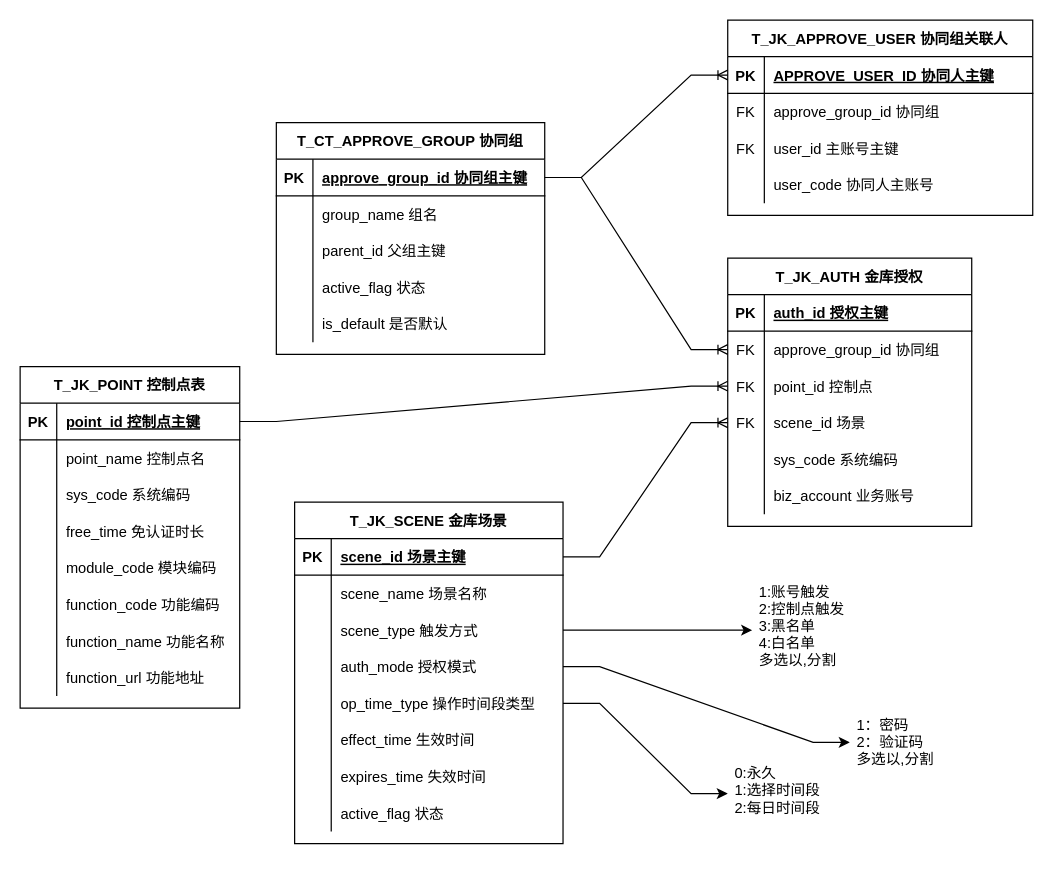
Before: page "金库表结构" (2 of 2) of 二期db设计.drawio in 158698706/qhdx, a draw.io diagram. Source tidied: cells renumbered, new cells numbered last; positions are measured from the earlier drawing's top-left corner, leaving out a move shared by most shapes. Both pictures are drawn from the tidied source at 122%, with x=0, y=0 at pixel (20, 20).
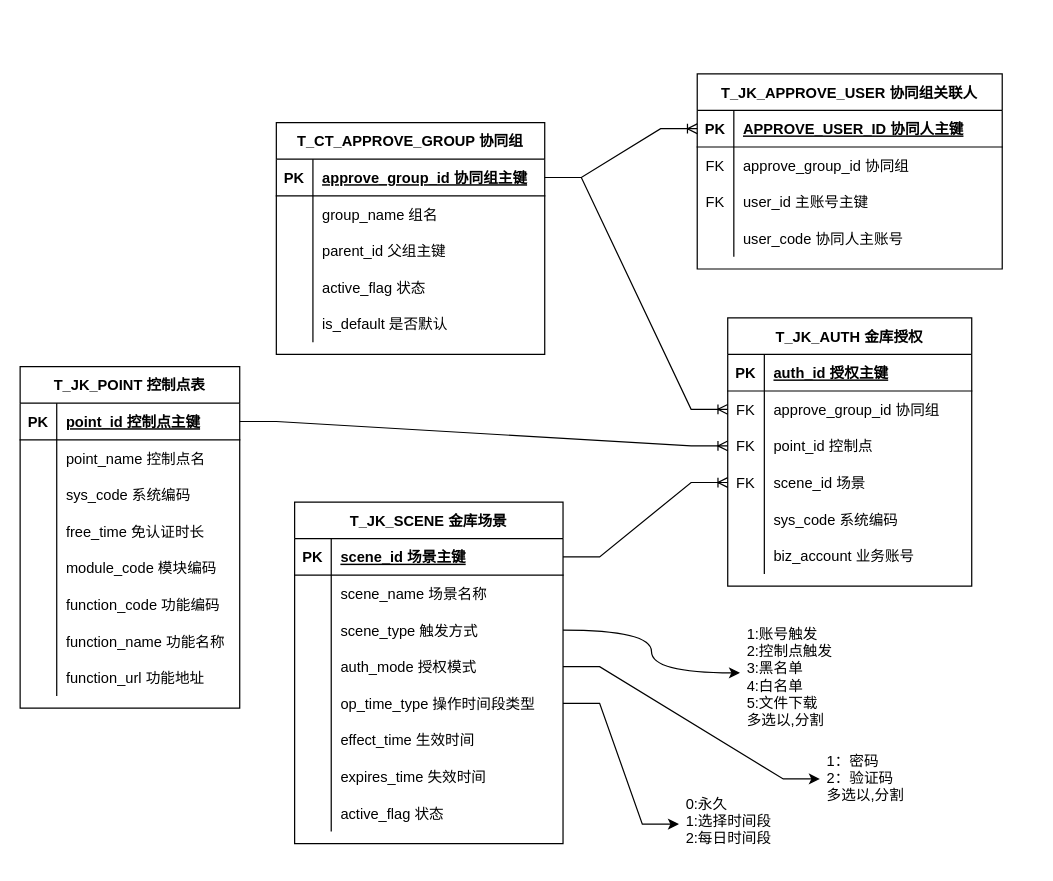
Above is the later version.

Commit message:
更新二期db设计.drawio

The edit, as a diff of the source:
```diff
@@
-    <mxCell id="28" value="1:账号触发&#10;2:控制点触发&#10;3:黑名单 &#10;4:白名单 &#10;多选以,分割" style="text;strokeColor=none;fillColor=none;spacingLeft=4;spacingRight=4;overflow=hidden;points=[[0,0.5],[1,0.5]];portConstraint=eastwest;fontSize=12;" parent="1" vertex="1">
-      <mxGeometry x="600" y="455" width="96" height="90" as="geometry" />
+    <mxCell id="28" value="1:账号触发&#10;2:控制点触发&#10;3:黑名单 &#10;4:白名单 &#10;5:文件下载&#10;多选以,分割" style="text;strokeColor=none;fillColor=none;spacingLeft=4;spacingRight=4;overflow=hidden;points=[[0,0.5],[1,0.5]];portConstraint=eastwest;fontSize=12;" parent="1" vertex="1">
+      <mxGeometry x="590" y="490" width="96" height="90" as="geometry" />
     </mxCell>
@@
     <mxCell id="30" value="1：密码&#10;2：验证码&#10;多选以,分割" style="text;strokeColor=none;fillColor=none;spacingLeft=4;spacingRight=4;overflow=hidden;points=[[0,0.5],[1,0.5]];portConstraint=eastwest;fontSize=12;" parent="1" vertex="1">
-      <mxGeometry x="680" y="564" width="99" height="56" as="geometry" />
+      <mxGeometry x="655.5" y="594" width="99" height="56" as="geometry" />
     </mxCell>
     <mxCell id="31" value="T_JK_AUTH 金库授权" style="shape=table;startSize=30;childLayout=tableLayout;rowLines=0;fontStyle=1;align=center;" parent="1" vertex="1">
-      <mxGeometry x="580" y="195" width="200" height="220" as="geometry" />
+      <mxGeometry x="580" y="244" width="200" height="220" as="geometry" />
     </mxCell>
@@
     <mxCell id="77" value="0:永久&#10;1:选择时间段&#10;2:每日时间段" style="text;strokeColor=none;fillColor=none;spacingLeft=4;spacingRight=4;overflow=hidden;points=[[0,0.5],[1,0.5]];portConstraint=eastwest;fontSize=12;" parent="1" vertex="1">
-      <mxGeometry x="580" y="604" width="100" height="60" as="geometry" />
+      <mxGeometry x="540" y="629" width="100" height="60" as="geometry" />
     </mxCell>
@@
     <mxCell id="96" value="T_JK_APPROVE_USER 协同组关联人" style="shape=table;startSize=30;childLayout=tableLayout;rowLines=0;fontStyle=1;align=center;" parent="1" vertex="1">
-      <mxGeometry x="580" width="250" height="160" as="geometry" />
+      <mxGeometry x="555" y="44" width="250" height="160" as="geometry" />
     </mxCell>
```
